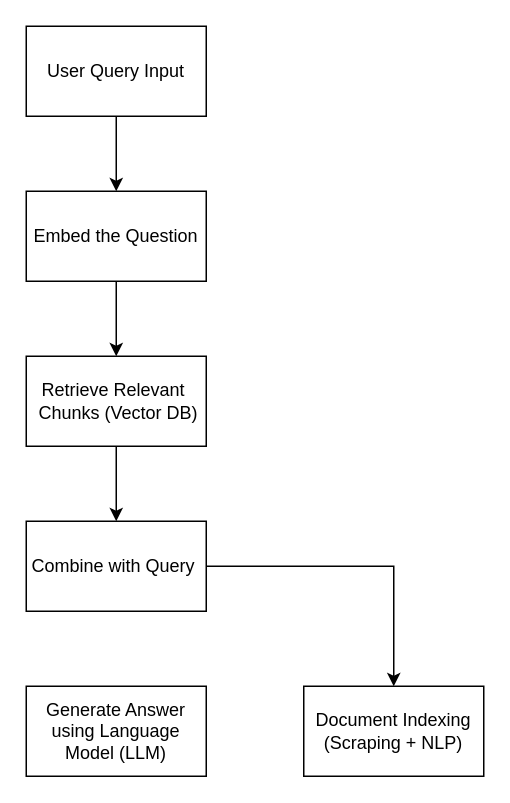
Above: Untitled Diagram.drawio in ashensilva96/RAG-System---Gov-Info-Access (draw.io), before the change. Source tidied: cells renumbered, new cells numbered last; positions are measured from the earlier drawing's top-left corner, leaving out a move shared by most shapes. Both pictures are drawn from the tidied source at 150%, with x=0, y=0 at pixel (26, 26).
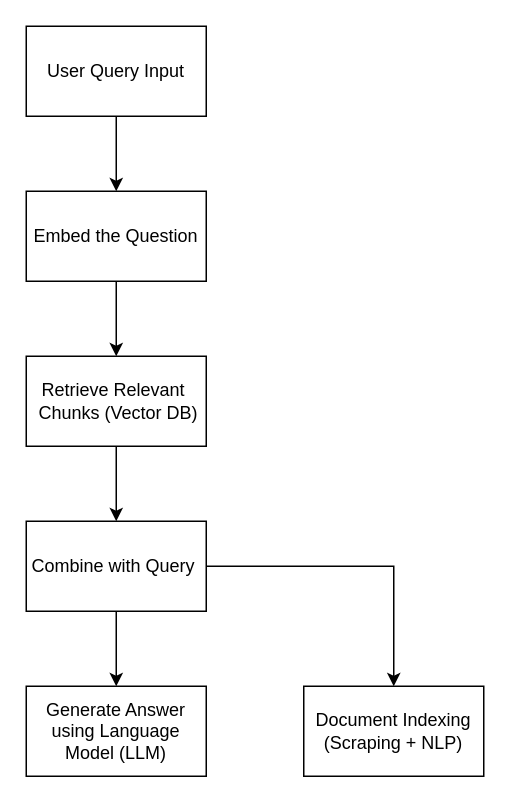
Above is the later version.

Commit message:
Finishing the diagram

Diff of the diagram source:
```diff
@@
 <mxGraphModel>
   <root>
     <mxCell id="0" />
     <mxCell id="1" parent="0" />
     <mxCell id="2" style="edgeStyle=orthogonalEdgeStyle;rounded=0;jettySize=auto;html=1;" parent="1" edge="1" source="3" target="5">
       <mxGeometry relative="1" as="geometry" />
     </mxCell>
     <mxCell id="3" value="User Query Input" style="rounded=0;whiteSpace=wrap;html=1;" parent="1" vertex="1">
       <mxGeometry width="120" height="60" as="geometry" />
     </mxCell>
     <mxCell id="4" style="edgeStyle=orthogonalEdgeStyle;rounded=0;jettySize=auto;html=1;" parent="1" edge="1" source="5" target="7">
       <mxGeometry relative="1" as="geometry" />
     </mxCell>
     <mxCell id="5" value="Embed the Question" style="rounded=0;whiteSpace=wrap;html=1;" parent="1" vertex="1">
       <mxGeometry y="110" width="120" height="60" as="geometry" />
     </mxCell>
     <mxCell id="6" style="edgeStyle=orthogonalEdgeStyle;rounded=0;jettySize=auto;html=1;" parent="1" edge="1" source="7" target="9">
       <mxGeometry relative="1" as="geometry" />
     </mxCell>
     <mxCell id="7" value="&lt;div&gt;Retrieve Relevant&amp;nbsp; &amp;nbsp;&lt;span style=&quot;background-color: transparent; color: light-dark(rgb(0, 0, 0), rgb(255, 255, 255));&quot;&gt;Chunks (Vector DB)&lt;/span&gt;&lt;/div&gt;" style="rounded=0;whiteSpace=wrap;html=1;" parent="1" vertex="1">
       <mxGeometry y="220" width="120" height="60" as="geometry" />
     </mxCell>
     <mxCell id="8" style="edgeStyle=orthogonalEdgeStyle;rounded=0;jettySize=auto;html=1;entryX=0.5;entryY=0;entryDx=0;entryDy=0;" parent="1" edge="1" source="9" target="11">
       <mxGeometry relative="1" as="geometry" />
     </mxCell>
+    <mxCell id="12" style="edgeStyle=orthogonalEdgeStyle;rounded=0;jettySize=auto;html=1;" parent="1" edge="1" source="9" target="10">
+      <mxGeometry relative="1" as="geometry" />
+    </mxCell>
     <mxCell id="9" value="Combine with Query&amp;nbsp;" style="rounded=0;whiteSpace=wrap;html=1;" parent="1" vertex="1">
       <mxGeometry y="330" width="120" height="60" as="geometry" />
     </mxCell>
     <mxCell id="10" value="Generate Answer using&amp;nbsp;Language Model (LLM)" style="rounded=0;whiteSpace=wrap;html=1;" parent="1" vertex="1">
       <mxGeometry y="440" width="120" height="60" as="geometry" />
     </mxCell>
     <mxCell id="11" value="Document Indexing&lt;div&gt;(Scraping + NLP)&lt;/div&gt;" style="rounded=0;whiteSpace=wrap;html=1;" parent="1" vertex="1">
       <mxGeometry x="185" y="440" width="120" height="60" as="geometry" />
     </mxCell>
   </root>
 </mxGraphModel>
```
